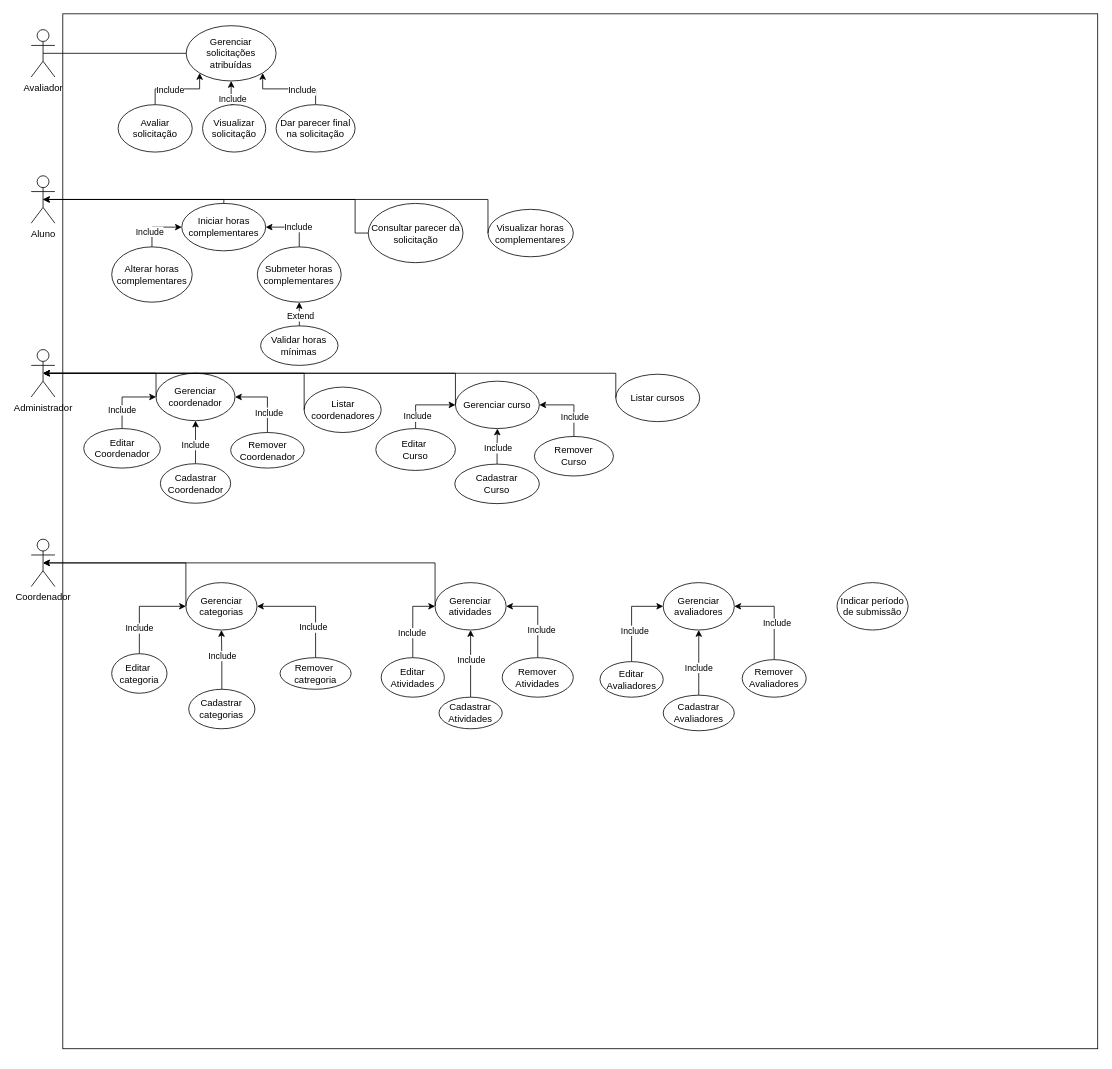
Before: trabanalise.drawio in DGzzzzz/ADS_IF, a draw.io diagram. Source tidied: cells renumbered, new cells numbered last; positions are measured from the earlier drawing's top-left corner, leaving out a move shared by most shapes. Both pictures are drawn from the tidied source at 79%, with x=0, y=0 at pixel (31, 13).
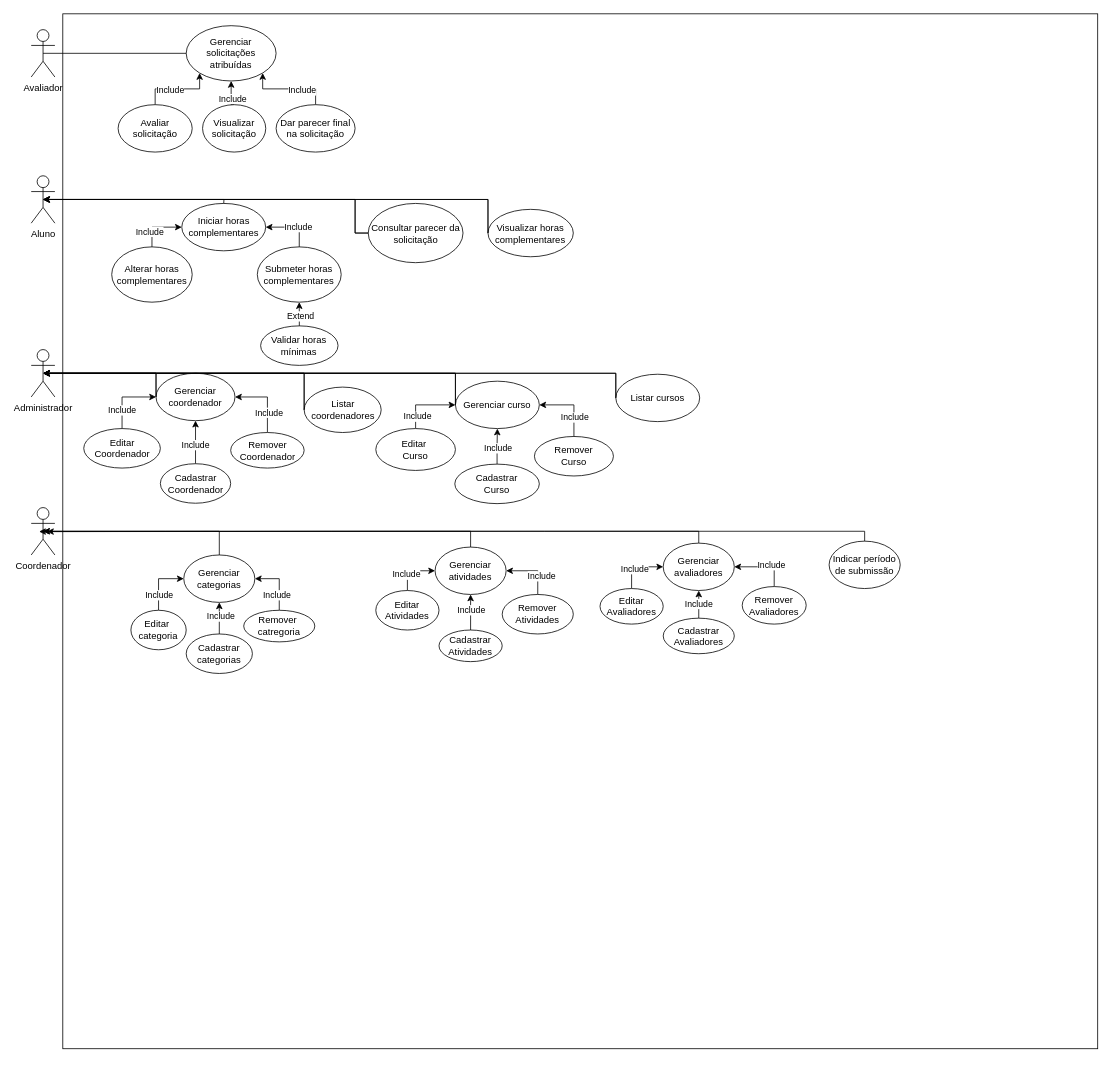
The same diagram, later.

Unchanged cells that the change refers to:
```xml
<mxCell id="3" value="Aluno" style="shape=umlActor;verticalLabelPosition=bottom;verticalAlign=top;html=1;outlineConnect=0;" parent="1" vertex="1">
  <mxGeometry y="205" width="30" height="60" as="geometry" />
</mxCell>
<mxCell id="4" value="Administrador" style="shape=umlActor;verticalLabelPosition=bottom;verticalAlign=top;html=1;outlineConnect=0;" parent="1" vertex="1">
  <mxGeometry y="425" width="30" height="60" as="geometry" />
</mxCell>
<mxCell id="7" value="&lt;span style=&quot;background-color: transparent; color: light-dark(rgb(0, 0, 0), rgb(255, 255, 255));&quot;&gt;Gerenciar&lt;/span&gt;&lt;span style=&quot;background-color: transparent; color: light-dark(rgb(0, 0, 0), rgb(255, 255, 255));&quot;&gt;&amp;nbsp;curso&lt;/span&gt;" style="ellipse;whiteSpace=wrap;html=1;" parent="1" vertex="1">
  <mxGeometry x="537" y="465" width="106.2" height="60" as="geometry" />
</mxCell>
<mxCell id="8" value="&lt;span style=&quot;background-color: transparent; color: light-dark(rgb(0, 0, 0), rgb(255, 255, 255));&quot;&gt;Gerenciar coordenador&lt;/span&gt;" style="ellipse;whiteSpace=wrap;html=1;" parent="1" vertex="1">
  <mxGeometry x="158" y="455" width="100" height="60" as="geometry" />
</mxCell>
<mxCell id="20" value="Submeter horas complementares" style="ellipse;whiteSpace=wrap;html=1;" parent="1" vertex="1">
  <mxGeometry x="286.2" y="295" width="106.2" height="70" as="geometry" />
</mxCell>
<mxCell id="21" value="Listar coordenadores" style="ellipse;whiteSpace=wrap;html=1;" parent="1" vertex="1">
  <mxGeometry x="345.5" y="472.5" width="97.5" height="57.5" as="geometry" />
</mxCell>
<mxCell id="22" value="Listar cursos" style="ellipse;whiteSpace=wrap;html=1;" parent="1" vertex="1">
  <mxGeometry x="740" y="456.2" width="106.2" height="60" as="geometry" />
</mxCell>
<mxCell id="78" value="Visualizar horas complementares" style="ellipse;whiteSpace=wrap;html=1;" parent="1" vertex="1">
  <mxGeometry x="578.2" y="247.5" width="108" height="60" as="geometry" />
</mxCell>
<mxCell id="81" value="Consultar parecer da solicitação" style="ellipse;whiteSpace=wrap;html=1;" parent="1" vertex="1">
  <mxGeometry x="426.6" y="240" width="120" height="75" as="geometry" />
</mxCell>
```

Change to the diagram source:
```diff
@@
     <mxCell id="5" value="Coordenador" style="shape=umlActor;verticalLabelPosition=bottom;verticalAlign=top;html=1;outlineConnect=0;" parent="1" vertex="1">
-      <mxGeometry y="665" width="30" height="60" as="geometry" />
+      <mxGeometry y="625" width="30" height="60" as="geometry" />
     </mxCell>
@@
     <mxCell id="9" value="Gerenciar categorias" style="ellipse;whiteSpace=wrap;html=1;" parent="1" vertex="1">
-      <mxGeometry x="195.8" y="720" width="90" height="60" as="geometry" />
+      <mxGeometry x="193.1" y="685" width="90" height="60" as="geometry" />
     </mxCell>
+    <mxCell id="93" style="edgeStyle=orthogonalEdgeStyle;rounded=0;jettySize=auto;html=1;exitX=0.5;exitY=0;exitDx=0;exitDy=0;" parent="1" edge="1" source="10">
+      <mxGeometry relative="1" as="geometry">
+        <mxPoint x="10" y="655.4" as="targetPoint" />
+        <Array as="points">
+          <mxPoint x="380" y="655" />
+          <mxPoint x="380" y="655" />
+        </Array>
+      </mxGeometry>
+    </mxCell>
     <mxCell id="10" value="Gerenciar atividades" style="ellipse;whiteSpace=wrap;html=1;" parent="1" vertex="1">
-      <mxGeometry x="511.2" y="720" width="90" height="60" as="geometry" />
+      <mxGeometry x="511.2" y="675" width="90" height="60" as="geometry" />
     </mxCell>
+    <mxCell id="94" style="edgeStyle=orthogonalEdgeStyle;rounded=0;jettySize=auto;html=1;exitX=0.5;exitY=0;exitDx=0;exitDy=0;" parent="1" edge="1" source="11">
+      <mxGeometry relative="1" as="geometry">
+        <mxPoint x="20" y="655.4" as="targetPoint" />
+        <Array as="points">
+          <mxPoint x="650" y="655" />
+          <mxPoint x="650" y="655" />
+        </Array>
+      </mxGeometry>
+    </mxCell>
     <mxCell id="11" value="Gerenciar avaliadores" style="ellipse;whiteSpace=wrap;html=1;" parent="1" vertex="1">
-      <mxGeometry x="800" y="720" width="90" height="60" as="geometry" />
+      <mxGeometry x="800" y="670" width="90" height="60" as="geometry" />
     </mxCell>
     <mxCell id="12" value="Indicar período de submissão" style="ellipse;whiteSpace=wrap;html=1;" parent="1" vertex="1">
-      <mxGeometry x="1020" y="720" width="90" height="60" as="geometry" />
+      <mxGeometry x="1010" y="667.5" width="90" height="60" as="geometry" />
     </mxCell>
@@
     <mxCell id="35" value="Editar&amp;nbsp;&lt;div&gt;categoria&lt;/div&gt;" style="ellipse;whiteSpace=wrap;html=1;" parent="1" vertex="1">
-      <mxGeometry x="101.9" y="810" width="70" height="50" as="geometry" />
+      <mxGeometry x="126.2" y="755" width="70" height="50" as="geometry" />
     </mxCell>
@@
     <mxCell id="38" value="Cadastrar categorias" style="ellipse;whiteSpace=wrap;html=1;" parent="1" vertex="1">
-      <mxGeometry x="199.4" y="855" width="83.8" height="50" as="geometry" />
+      <mxGeometry x="196.2" y="785" width="83.8" height="50" as="geometry" />
     </mxCell>
@@
     <mxCell id="41" value="Remover&amp;nbsp;&lt;div&gt;catregoria&lt;/div&gt;" style="ellipse;whiteSpace=wrap;html=1;" parent="1" vertex="1">
-      <mxGeometry x="315" y="815" width="90" height="40" as="geometry" />
+      <mxGeometry x="269" y="755" width="90" height="40" as="geometry" />
     </mxCell>
@@
     <mxCell id="44" value="Editar&lt;div&gt;Atividades&lt;/div&gt;" style="ellipse;whiteSpace=wrap;html=1;" parent="1" vertex="1">
-      <mxGeometry x="443" y="815" width="80" height="50" as="geometry" />
+      <mxGeometry x="436.2" y="730" width="80" height="50" as="geometry" />
     </mxCell>
@@
     <mxCell id="47" value="Cadastrar&lt;div&gt;Atividades&lt;/div&gt;" style="ellipse;whiteSpace=wrap;html=1;" parent="1" vertex="1">
-      <mxGeometry x="516.2" y="865" width="80" height="40" as="geometry" />
+      <mxGeometry x="516.2" y="780" width="80" height="40" as="geometry" />
     </mxCell>
@@
     <mxCell id="50" value="Remover&lt;div&gt;Atividades&lt;/div&gt;" style="ellipse;whiteSpace=wrap;html=1;" parent="1" vertex="1">
-      <mxGeometry x="596.2" y="815" width="90" height="50" as="geometry" />
+      <mxGeometry x="596.2" y="735" width="90" height="50" as="geometry" />
     </mxCell>
@@
     <mxCell id="53" value="Editar&lt;div&gt;Avaliadores&lt;/div&gt;" style="ellipse;whiteSpace=wrap;html=1;" parent="1" vertex="1">
-      <mxGeometry x="720" y="820" width="80" height="45" as="geometry" />
+      <mxGeometry x="720" y="727.5" width="80" height="45" as="geometry" />
     </mxCell>
@@
     <mxCell id="56" value="Cadastrar&lt;div&gt;Avaliadores&lt;/div&gt;" style="ellipse;whiteSpace=wrap;html=1;" parent="1" vertex="1">
-      <mxGeometry x="800" y="862.5" width="90" height="45" as="geometry" />
+      <mxGeometry x="800" y="765" width="90" height="45" as="geometry" />
     </mxCell>
@@
     <mxCell id="59" value="Remover&lt;div&gt;Avaliadores&lt;/div&gt;" style="ellipse;whiteSpace=wrap;html=1;" parent="1" vertex="1">
-      <mxGeometry x="900" y="817.5" width="81" height="47.5" as="geometry" />
+      <mxGeometry x="900" y="725" width="81" height="47.5" as="geometry" />
     </mxCell>
@@
+    <mxCell id="95" style="edgeStyle=orthogonalEdgeStyle;rounded=0;jettySize=auto;html=1;exitX=0;exitY=0.5;exitDx=0;exitDy=0;entryX=0.5;entryY=0.5;entryDx=0;entryDy=0;entryPerimeter=0;" parent="1" edge="1" source="81" target="3">
+      <mxGeometry relative="1" as="geometry">
+        <Array as="points">
+          <mxPoint x="410" y="235" />
+        </Array>
+      </mxGeometry>
+    </mxCell>
+    <mxCell id="96" style="edgeStyle=orthogonalEdgeStyle;rounded=0;jettySize=auto;html=1;exitX=0;exitY=0.5;exitDx=0;exitDy=0;entryX=0.5;entryY=0.5;entryDx=0;entryDy=0;entryPerimeter=0;" parent="1" edge="1" source="78" target="3">
+      <mxGeometry relative="1" as="geometry">
+        <Array as="points">
+          <mxPoint x="578" y="235" />
+        </Array>
+      </mxGeometry>
+    </mxCell>
+    <mxCell id="97" style="edgeStyle=orthogonalEdgeStyle;rounded=0;jettySize=auto;html=1;exitX=0;exitY=0.5;exitDx=0;exitDy=0;entryX=0.5;entryY=0.5;entryDx=0;entryDy=0;entryPerimeter=0;" parent="1" edge="1" source="8" target="4">
+      <mxGeometry relative="1" as="geometry">
+        <Array as="points">
+          <mxPoint x="158" y="455" />
+          <mxPoint x="15" y="455" />
+        </Array>
+      </mxGeometry>
+    </mxCell>
+    <mxCell id="98" style="edgeStyle=orthogonalEdgeStyle;rounded=0;jettySize=auto;html=1;exitX=0;exitY=0.5;exitDx=0;exitDy=0;entryX=0.5;entryY=0.5;entryDx=0;entryDy=0;entryPerimeter=0;" parent="1" edge="1" source="7" target="4">
+      <mxGeometry relative="1" as="geometry">
+        <Array as="points">
+          <mxPoint x="537" y="455" />
+        </Array>
+      </mxGeometry>
+    </mxCell>
+    <mxCell id="99" style="edgeStyle=orthogonalEdgeStyle;rounded=0;jettySize=auto;html=1;exitX=0;exitY=0.5;exitDx=0;exitDy=0;entryX=0.5;entryY=0.5;entryDx=0;entryDy=0;entryPerimeter=0;" parent="1" edge="1" source="21" target="4">
+      <mxGeometry relative="1" as="geometry">
+        <Array as="points">
+          <mxPoint x="345" y="455" />
+        </Array>
+      </mxGeometry>
+    </mxCell>
+    <mxCell id="100" style="edgeStyle=orthogonalEdgeStyle;rounded=0;jettySize=auto;html=1;exitX=0;exitY=0.5;exitDx=0;exitDy=0;entryX=0.5;entryY=0.5;entryDx=0;entryDy=0;entryPerimeter=0;" parent="1" edge="1" source="22" target="4">
+      <mxGeometry relative="1" as="geometry">
+        <Array as="points">
+          <mxPoint x="740" y="455" />
+        </Array>
+      </mxGeometry>
+    </mxCell>
+    <mxCell id="88" style="edgeStyle=orthogonalEdgeStyle;rounded=0;jettySize=auto;html=1;exitX=0.5;exitY=0;exitDx=0;exitDy=0;entryX=0.5;entryY=1;entryDx=0;entryDy=0;" parent="1" edge="1" source="90" target="20">
+      <mxGeometry relative="1" as="geometry" />
+    </mxCell>
+    <mxCell id="89" value="Extend" style="edgeLabel;html=1;align=center;verticalAlign=middle;" parent="88" vertex="1">
+      <mxGeometry x="-0.23" y="-1" relative="1" as="geometry" />
+    </mxCell>
@@
+    <mxCell id="90" value="Validar horas mínimas" style="ellipse;whiteSpace=wrap;html=1;" parent="1" vertex="1">
+      <mxGeometry x="290.4" y="395" width="98" height="50" as="geometry" />
+    </mxCell>
@@
-    <mxCell id="88" style="edgeStyle=orthogonalEdgeStyle;rounded=0;jettySize=auto;html=1;exitX=0.5;exitY=0;exitDx=0;exitDy=0;entryX=0.5;entryY=1;entryDx=0;entryDy=0;" parent="1" edge="1" source="90" target="20">
-      <mxGeometry relative="1" as="geometry" />
-    </mxCell>
-    <mxCell id="89" value="Extend" style="edgeLabel;html=1;align=center;verticalAlign=middle;" parent="88" vertex="1">
-      <mxGeometry x="-0.23" y="-1" relative="1" as="geometry" />
-    </mxCell>
-    <mxCell id="90" value="Validar horas mínimas" style="ellipse;whiteSpace=wrap;html=1;" parent="1" vertex="1">
-      <mxGeometry x="290.4" y="395" width="98" height="50" as="geometry" />
-    </mxCell>
-    <mxCell id="91" style="edgeStyle=orthogonalEdgeStyle;rounded=0;jettySize=auto;html=1;exitX=0;exitY=0.5;exitDx=0;exitDy=0;entryX=0.5;entryY=0.5;entryDx=0;entryDy=0;entryPerimeter=0;" parent="1" edge="1" source="9" target="5">
+    <mxCell id="91" style="edgeStyle=orthogonalEdgeStyle;rounded=0;jettySize=auto;html=1;exitX=0.5;exitY=0;exitDx=0;exitDy=0;entryX=0.5;entryY=0.5;entryDx=0;entryDy=0;entryPerimeter=0;" parent="1" edge="1" source="9" target="5">
       <mxGeometry relative="1" as="geometry">
         <Array as="points">
-          <mxPoint x="196" y="695" />
+          <mxPoint x="170" y="655" />
+          <mxPoint x="170" y="655" />
         </Array>
       </mxGeometry>
     </mxCell>
-    <mxCell id="92" style="edgeStyle=orthogonalEdgeStyle;rounded=0;jettySize=auto;html=1;exitX=0;exitY=0.5;exitDx=0;exitDy=0;entryX=0.5;entryY=0.5;entryDx=0;entryDy=0;entryPerimeter=0;" parent="1" edge="1" source="10" target="5">
-      <mxGeometry relative="1" as="geometry">
-        <Array as="points">
-          <mxPoint x="511" y="695" />
-        </Array>
-      </mxGeometry>
-    </mxCell>
+    <mxCell id="101" style="edgeStyle=orthogonalEdgeStyle;rounded=0;jettySize=auto;html=1;exitX=0.5;exitY=0;exitDx=0;exitDy=0;entryX=0.5;entryY=0.5;entryDx=0;entryDy=0;entryPerimeter=0;" parent="1" edge="1" source="12" target="5">
+      <mxGeometry relative="1" as="geometry">
+        <Array as="points">
+          <mxPoint x="1055" y="655" />
+        </Array>
+      </mxGeometry>
+    </mxCell>
```
